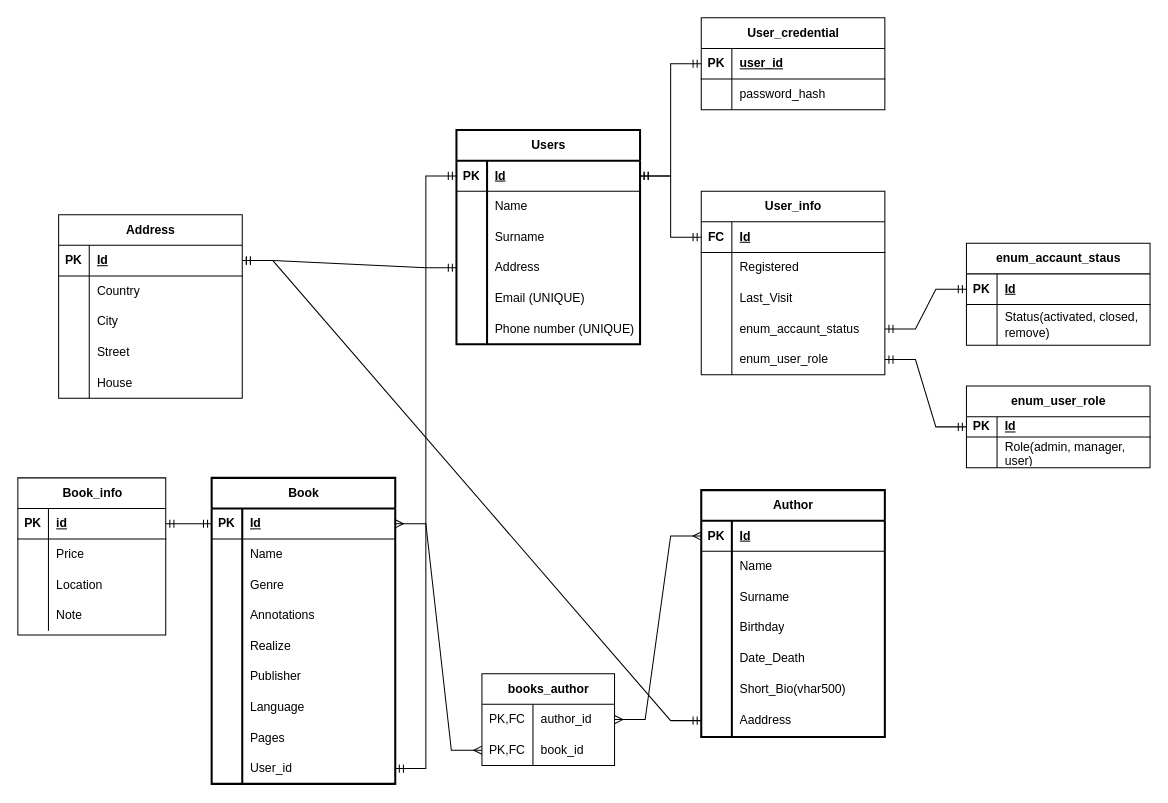
Earlier version of the draw.io diagram src/main/resources/sql/Library.drawio (VanderbiGit/Library). Source tidied: cells renumbered, new cells numbered last; positions are measured from the earlier drawing's top-left corner, leaving out a move shared by most shapes. Both pictures are drawn from the tidied source at 102%, with x=0, y=0 at pixel (17, 17).
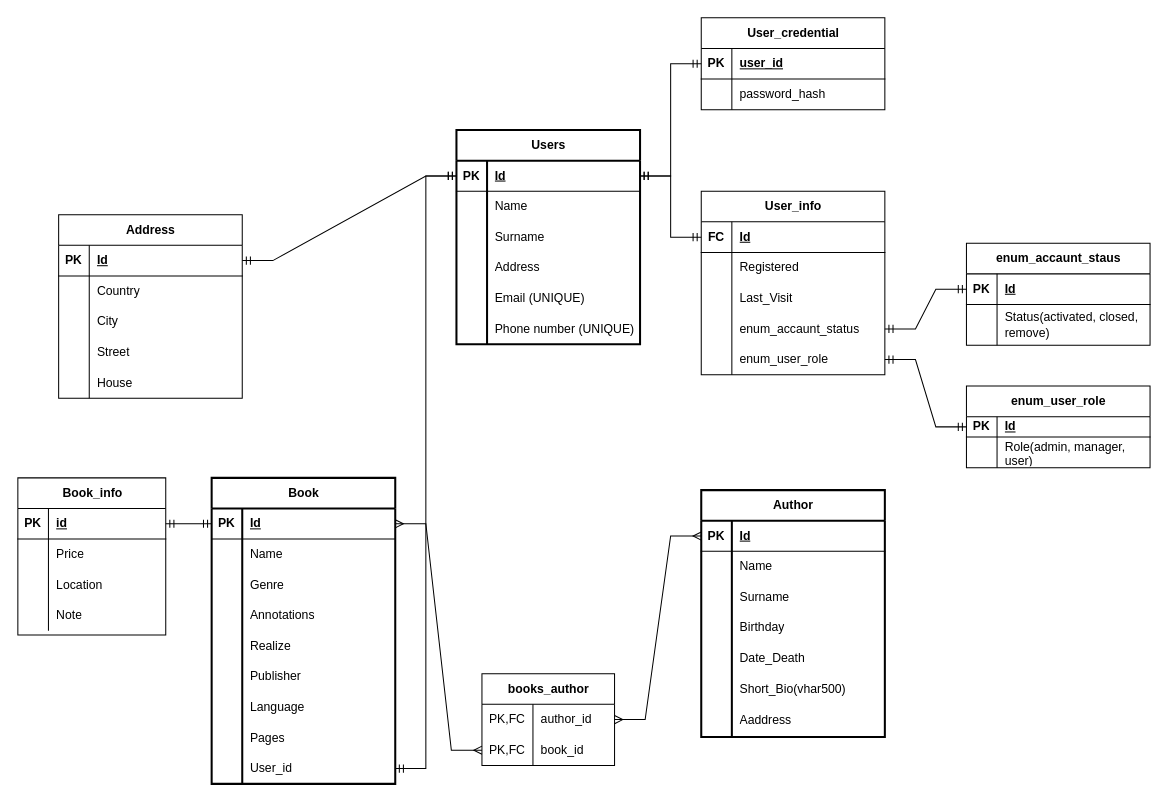
The same diagram, later.

The change refers to these unchanged cells:
```xml
<mxCell id="3" style="shape=tableRow;horizontal=0;startSize=0;swimlaneHead=0;swimlaneBody=0;fillColor=none;points=[[0,0.5],[1,0.5]];portConstraint=eastwest;top=0;left=0;right=0;bottom=1;" parent="2" vertex="1">
  <mxGeometry y="30" width="180" height="30" as="geometry" />
</mxCell>
<mxCell id="12" style="shape=tableRow;horizontal=0;startSize=0;swimlaneHead=0;swimlaneBody=0;fillColor=none;points=[[0,0.5],[1,0.5]];portConstraint=eastwest;top=0;left=0;right=0;bottom=0;" parent="2" vertex="1">
  <mxGeometry y="120" width="180" height="30" as="geometry" />
</mxCell>
<mxCell id="113" style="shape=tableRow;horizontal=0;startSize=0;swimlaneHead=0;swimlaneBody=0;fillColor=none;points=[[0,0.5],[1,0.5]];portConstraint=eastwest;top=0;left=0;right=0;bottom=1;" parent="112" vertex="1">
  <mxGeometry y="30" width="180" height="30" as="geometry" />
</mxCell>
<mxCell id="151" style="shape=tableRow;horizontal=0;startSize=0;swimlaneHead=0;swimlaneBody=0;fillColor=none;points=[[0,0.5],[1,0.5]];portConstraint=eastwest;top=0;left=0;right=0;bottom=0;" parent="132" vertex="1">
  <mxGeometry y="210" width="180" height="32" as="geometry" />
</mxCell>
```

Diff of the diagram source:
```diff
@@
-    <mxCell id="128" style="edgeStyle=entityRelationEdgeStyle;fontSize=12;html=1;endArrow=ERmandOne;startArrow=ERmandOne;rounded=0;entryX=0;entryY=0.5;entryDx=0;entryDy=0;" parent="1" edge="1" source="113" target="12">
+    <mxCell id="128" style="edgeStyle=entityRelationEdgeStyle;fontSize=12;html=1;endArrow=ERmandOne;startArrow=ERmandOne;rounded=0;entryX=0;entryY=0.5;entryDx=0;entryDy=0;" parent="1" edge="1" source="113" target="3">
       <mxGeometry relative="1" as="geometry" />
     </mxCell>
-    <mxCell id="129" style="edgeStyle=entityRelationEdgeStyle;fontSize=12;html=1;endArrow=ERmandOne;startArrow=ERmandOne;rounded=0;exitX=1;exitY=0.5;exitDx=0;exitDy=0;entryX=0;entryY=0.5;entryDx=0;entryDy=0;" parent="1" edge="1" source="113" target="151">
-      <mxGeometry relative="1" as="geometry" />
-    </mxCell>
```
